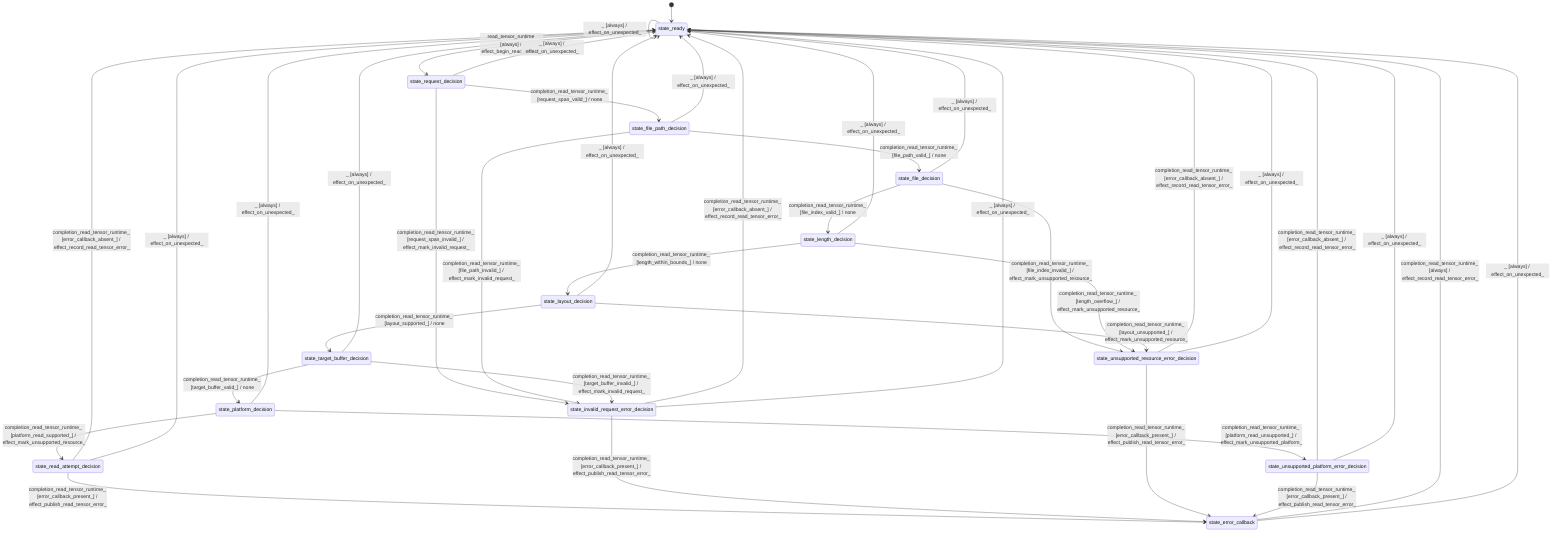
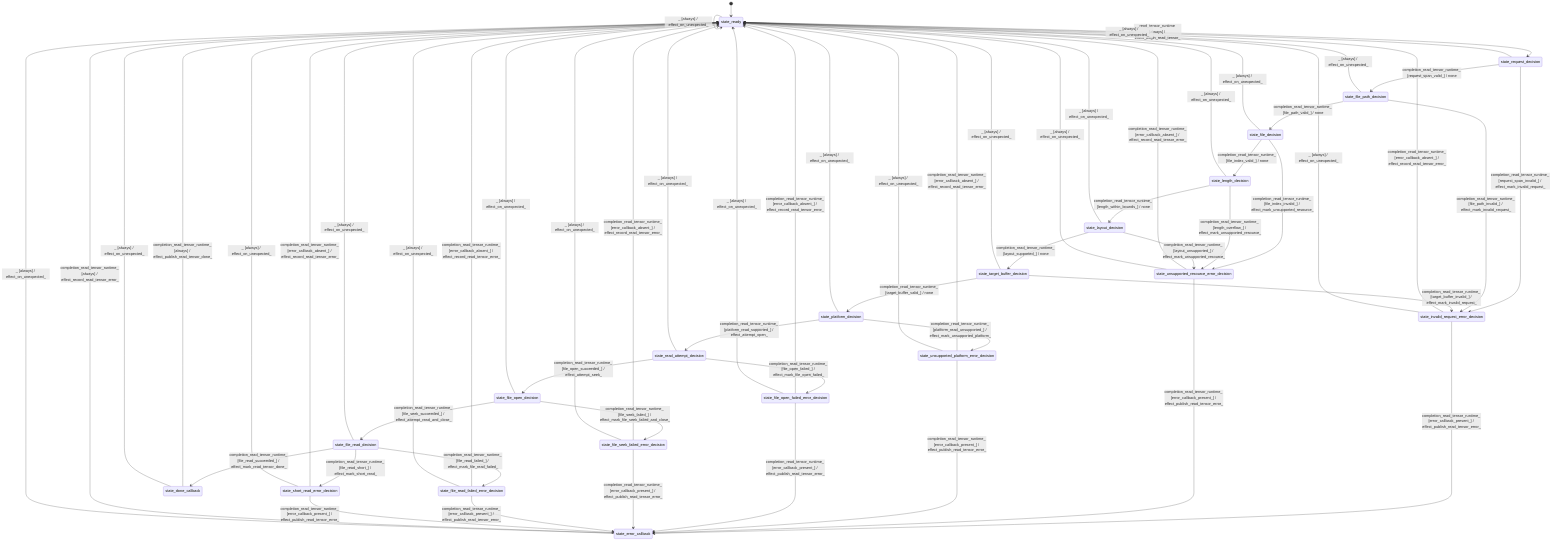
stateDiagram-v2
  direction TB
  [*] --> state_ready
  state_ready --> state_request_decision : read_tensor_runtime [always] / effect_begin_read_tensor_
  state_request_decision --> state_file_path_decision : completion_read_tensor_runtime_ [request_span_valid_] / none
  state_request_decision --> state_invalid_request_error_decision : completion_read_tensor_runtime_ [request_span_invalid_] / effect_mark_invalid_request_
  state_file_path_decision --> state_file_decision : completion_read_tensor_runtime_ [file_path_valid_] / none
  state_file_path_decision --> state_invalid_request_error_decision : completion_read_tensor_runtime_ [file_path_invalid_] / effect_mark_invalid_request_
  state_file_decision --> state_length_decision : completion_read_tensor_runtime_ [file_index_valid_] / none
  state_file_decision --> state_unsupported_resource_error_decision : completion_read_tensor_runtime_ [file_index_invalid_] / effect_mark_unsupported_resource_
  state_length_decision --> state_layout_decision : completion_read_tensor_runtime_ [length_within_bounds_] / none
  state_length_decision --> state_unsupported_resource_error_decision : completion_read_tensor_runtime_ [length_overflow_] / effect_mark_unsupported_resource_
  state_layout_decision --> state_target_buffer_decision : completion_read_tensor_runtime_ [layout_supported_] / none
  state_layout_decision --> state_unsupported_resource_error_decision : completion_read_tensor_runtime_ [layout_unsupported_] / effect_mark_unsupported_resource_
  state_target_buffer_decision --> state_platform_decision : completion_read_tensor_runtime_ [target_buffer_valid_] / none
  state_target_buffer_decision --> state_invalid_request_error_decision : completion_read_tensor_runtime_ [target_buffer_invalid_] / effect_mark_invalid_request_
-   state_platform_decision --> state_read_attempt_decision : completion_read_tensor_runtime_ [platform_read_supported_] / effect_mark_unsupported_resource_
+   state_platform_decision --> state_read_attempt_decision : completion_read_tensor_runtime_ [platform_read_supported_] / effect_attempt_open_
  state_platform_decision --> state_unsupported_platform_error_decision : completion_read_tensor_runtime_ [platform_read_unsupported_] / effect_mark_unsupported_platform_
-   state_read_attempt_decision --> state_error_callback : completion_read_tensor_runtime_ [error_callback_present_] / effect_publish_read_tensor_error_
-   state_read_attempt_decision --> state_ready : completion_read_tensor_runtime_ [error_callback_absent_] / effect_record_read_tensor_error_
+   state_read_attempt_decision --> state_file_open_decision : completion_read_tensor_runtime_ [file_open_succeeded_] / effect_attempt_seek_
+   state_read_attempt_decision --> state_file_open_failed_error_decision : completion_read_tensor_runtime_ [file_open_failed_] / effect_mark_file_open_failed_
+   state_file_open_decision --> state_file_read_decision : completion_read_tensor_runtime_ [file_seek_succeeded_] / effect_attempt_read_and_close_
+   state_file_open_decision --> state_file_seek_failed_error_decision : completion_read_tensor_runtime_ [file_seek_failed_] / effect_mark_file_seek_failed_and_close_
+   state_file_read_decision --> state_file_read_failed_error_decision : completion_read_tensor_runtime_ [file_read_failed_] / effect_mark_file_read_failed_
+   state_file_read_decision --> state_short_read_error_decision : completion_read_tensor_runtime_ [file_read_short_] / effect_mark_short_read_
+   state_file_read_decision --> state_done_callback : completion_read_tensor_runtime_ [file_read_succeeded_] / effect_mark_read_tensor_done_
+   state_done_callback --> state_ready : completion_read_tensor_runtime_ [always] / effect_publish_read_tensor_done_
  state_invalid_request_error_decision --> state_error_callback : completion_read_tensor_runtime_ [error_callback_present_] / effect_publish_read_tensor_error_
  state_invalid_request_error_decision --> state_ready : completion_read_tensor_runtime_ [error_callback_absent_] / effect_record_read_tensor_error_
  state_unsupported_resource_error_decision --> state_error_callback : completion_read_tensor_runtime_ [error_callback_present_] / effect_publish_read_tensor_error_
  state_unsupported_resource_error_decision --> state_ready : completion_read_tensor_runtime_ [error_callback_absent_] / effect_record_read_tensor_error_
  state_unsupported_platform_error_decision --> state_error_callback : completion_read_tensor_runtime_ [error_callback_present_] / effect_publish_read_tensor_error_
  state_unsupported_platform_error_decision --> state_ready : completion_read_tensor_runtime_ [error_callback_absent_] / effect_record_read_tensor_error_
+   state_file_open_failed_error_decision --> state_error_callback : completion_read_tensor_runtime_ [error_callback_present_] / effect_publish_read_tensor_error_
+   state_file_open_failed_error_decision --> state_ready : completion_read_tensor_runtime_ [error_callback_absent_] / effect_record_read_tensor_error_
+   state_file_seek_failed_error_decision --> state_error_callback : completion_read_tensor_runtime_ [error_callback_present_] / effect_publish_read_tensor_error_
+   state_file_seek_failed_error_decision --> state_ready : completion_read_tensor_runtime_ [error_callback_absent_] / effect_record_read_tensor_error_
+   state_file_read_failed_error_decision --> state_error_callback : completion_read_tensor_runtime_ [error_callback_present_] / effect_publish_read_tensor_error_
+   state_file_read_failed_error_decision --> state_ready : completion_read_tensor_runtime_ [error_callback_absent_] / effect_record_read_tensor_error_
+   state_short_read_error_decision --> state_error_callback : completion_read_tensor_runtime_ [error_callback_present_] / effect_publish_read_tensor_error_
+   state_short_read_error_decision --> state_ready : completion_read_tensor_runtime_ [error_callback_absent_] / effect_record_read_tensor_error_
  state_error_callback --> state_ready : completion_read_tensor_runtime_ [always] / effect_record_read_tensor_error_
  state_ready --> state_ready : _ [always] / effect_on_unexpected_
  state_request_decision --> state_ready : _ [always] / effect_on_unexpected_
  state_file_path_decision --> state_ready : _ [always] / effect_on_unexpected_
  state_file_decision --> state_ready : _ [always] / effect_on_unexpected_
  state_length_decision --> state_ready : _ [always] / effect_on_unexpected_
  state_layout_decision --> state_ready : _ [always] / effect_on_unexpected_
  state_target_buffer_decision --> state_ready : _ [always] / effect_on_unexpected_
  state_platform_decision --> state_ready : _ [always] / effect_on_unexpected_
  state_read_attempt_decision --> state_ready : _ [always] / effect_on_unexpected_
+   state_file_open_decision --> state_ready : _ [always] / effect_on_unexpected_
+   state_file_read_decision --> state_ready : _ [always] / effect_on_unexpected_
+   state_done_callback --> state_ready : _ [always] / effect_on_unexpected_
  state_invalid_request_error_decision --> state_ready : _ [always] / effect_on_unexpected_
  state_unsupported_resource_error_decision --> state_ready : _ [always] / effect_on_unexpected_
  state_unsupported_platform_error_decision --> state_ready : _ [always] / effect_on_unexpected_
+   state_file_open_failed_error_decision --> state_ready : _ [always] / effect_on_unexpected_
+   state_file_seek_failed_error_decision --> state_ready : _ [always] / effect_on_unexpected_
+   state_file_read_failed_error_decision --> state_ready : _ [always] / effect_on_unexpected_
+   state_short_read_error_decision --> state_ready : _ [always] / effect_on_unexpected_
  state_error_callback --> state_ready : _ [always] / effect_on_unexpected_
